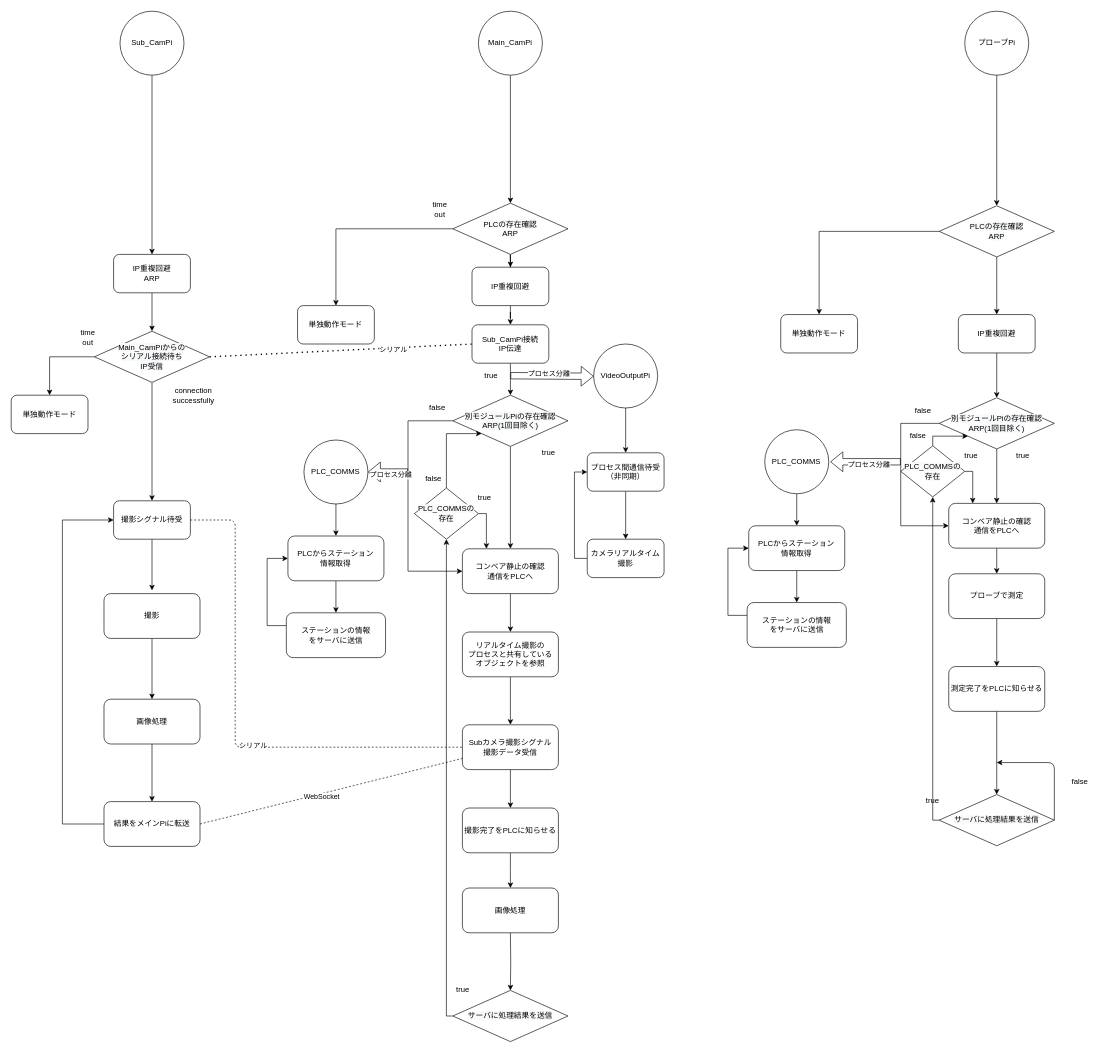
The draw.io diagram 設計/フローチャート.drawio in chekke1999/kaihatukadai, before the edit. Source tidied: cells renumbered, new cells numbered last; positions are measured from the earlier drawing's top-left corner, leaving out a move shared by most shapes. Both pictures are drawn from the tidied source at 64%, with x=0, y=0 at pixel (11, 11).
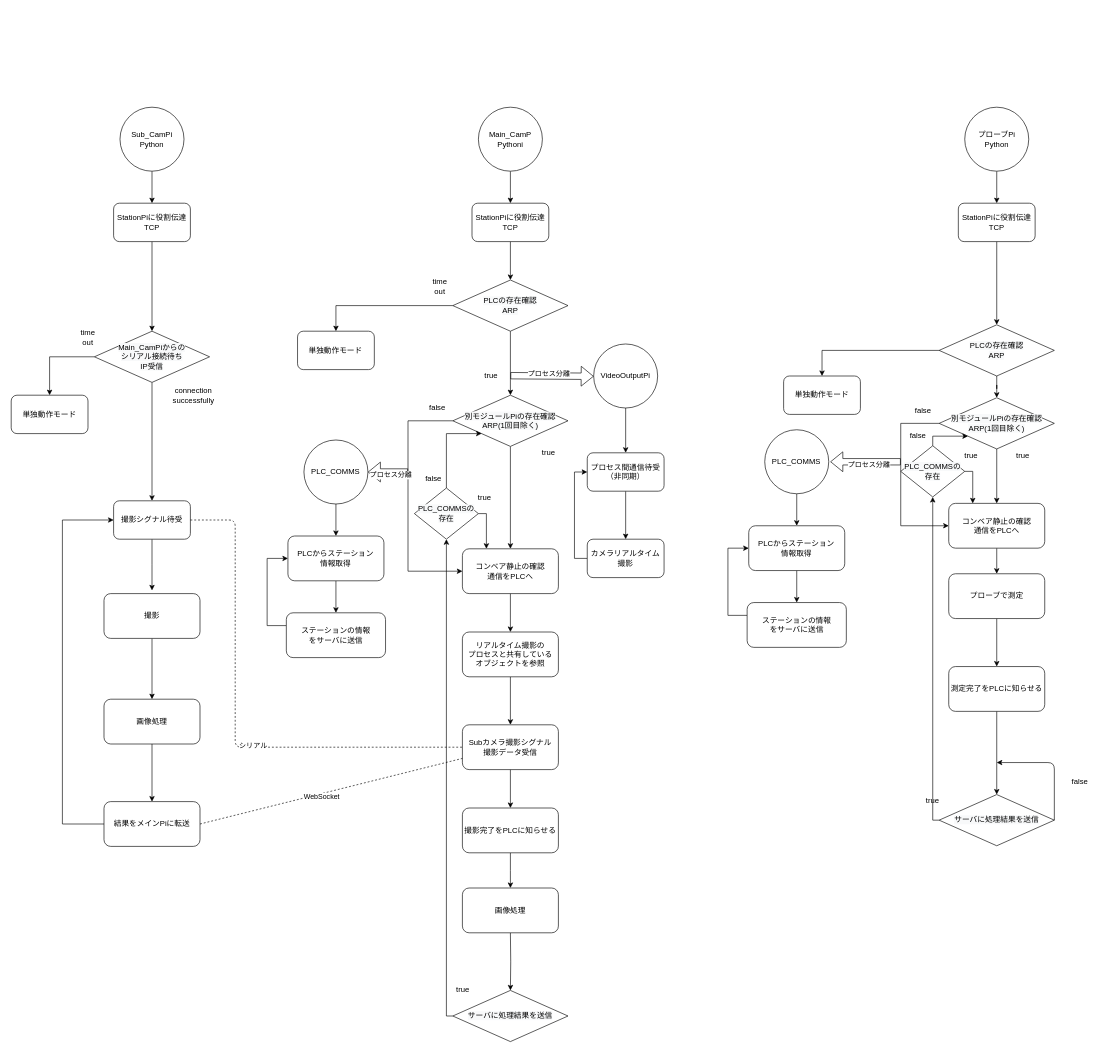
The same diagram, later.

Commit message:
Update フローチャート.drawio

Unchanged cells that the change refers to:
```xml
<mxCell id="6" value="&lt;span style=&quot;color: rgb(0 , 0 , 0) ; font-family: &amp;#34;helvetica&amp;#34; ; font-size: 12px ; font-style: normal ; font-weight: 400 ; letter-spacing: normal ; text-align: center ; text-indent: 0px ; text-transform: none ; word-spacing: 0px ; background-color: rgb(248 , 249 , 250) ; display: inline ; float: none&quot;&gt;別モジュールPiの存在確認&lt;br&gt;ARP(1回目除く)&lt;br&gt;&lt;/span&gt;" style="rhombus;whiteSpace=wrap;html=1;" parent="1" vertex="1">
  <mxGeometry x="690" y="600" width="180" height="80" as="geometry" />
</mxCell>
<mxCell id="24" value="&lt;span style=&quot;color: rgb(0 , 0 , 0) ; font-family: &amp;#34;helvetica&amp;#34; ; font-size: 12px ; font-style: normal ; font-weight: 400 ; letter-spacing: normal ; text-align: center ; text-indent: 0px ; text-transform: none ; word-spacing: 0px ; background-color: rgb(248 , 249 , 250) ; display: inline ; float: none&quot;&gt;別モジュールPiの存在確認&lt;br&gt;ARP(1回目除く)&lt;br&gt;&lt;/span&gt;" style="rhombus;whiteSpace=wrap;html=1;" parent="1" vertex="1">
  <mxGeometry x="1449.9" y="604" width="180" height="80" as="geometry" />
</mxCell>
<mxCell id="68" value="&lt;span style=&quot;color: rgb(0 , 0 , 0) ; font-family: &amp;#34;helvetica&amp;#34; ; font-size: 12px ; font-style: normal ; font-weight: 400 ; letter-spacing: normal ; text-align: center ; text-indent: 0px ; text-transform: none ; word-spacing: 0px ; background-color: rgb(248 , 249 , 250) ; display: inline ; float: none&quot;&gt;&lt;span style=&quot;font-family: &amp;#34;helvetica&amp;#34;&quot;&gt;Main_CamPi&lt;/span&gt;からの&lt;br&gt;シリアル接続待ち&lt;br&gt;IP受信&lt;br&gt;&lt;/span&gt;" style="rhombus;whiteSpace=wrap;html=1;" parent="1" vertex="1">
  <mxGeometry x="130" y="500" width="180" height="80" as="geometry" />
</mxCell>
```

Change to the diagram source:
```diff
@@
-    <mxCell id="2" style="edgeStyle=orthogonalEdgeStyle;rounded=0;jettySize=auto;html=1;entryX=0.5;entryY=0;entryDx=0;entryDy=0;" parent="1" edge="1" source="3" target="62">
-      <mxGeometry relative="1" as="geometry" />
-    </mxCell>
+    <mxCell id="114" style="edgeStyle=orthogonalEdgeStyle;rounded=0;jettySize=auto;html=1;" parent="1" edge="1" source="3" target="122">
+      <mxGeometry relative="1" as="geometry" />
+    </mxCell>
-    <mxCell id="3" value="Main_CamPi" style="ellipse;whiteSpace=wrap;html=1;" parent="1" vertex="1">
-      <mxGeometry x="730" width="100" height="100" as="geometry" />
+    <mxCell id="3" value="Main_CamP&lt;br&gt;Pythoni" style="ellipse;whiteSpace=wrap;html=1;" parent="1" vertex="1">
+      <mxGeometry x="730" y="150" width="100" height="100" as="geometry" />
     </mxCell>
@@
+    <mxCell id="115" style="edgeStyle=orthogonalEdgeStyle;rounded=0;jettySize=auto;html=1;" parent="1" edge="1" source="21" target="124">
+      <mxGeometry relative="1" as="geometry" />
+    </mxCell>
-    <mxCell id="21" value="プローブPi" style="ellipse;whiteSpace=wrap;html=1;" parent="1" vertex="1">
-      <mxGeometry x="1489.9" width="100" height="100" as="geometry" />
+    <mxCell id="21" value="プローブPi&lt;br&gt;Python" style="ellipse;whiteSpace=wrap;html=1;" parent="1" vertex="1">
+      <mxGeometry x="1489.9" y="150" width="100" height="100" as="geometry" />
     </mxCell>
@@
-    <mxCell id="60" style="edgeStyle=orthogonalEdgeStyle;rounded=0;jettySize=auto;html=1;entryX=0.5;entryY=0;entryDx=0;entryDy=0;" parent="1" edge="1" source="62" target="108">
-      <mxGeometry relative="1" as="geometry" />
-    </mxCell>
@@
+    <mxCell id="116" style="edgeStyle=orthogonalEdgeStyle;rounded=0;jettySize=auto;html=1;entryX=0.5;entryY=0;entryDx=0;entryDy=0;" parent="1" edge="1" source="62" target="6">
+      <mxGeometry relative="1" as="geometry" />
+    </mxCell>
     <mxCell id="62" value="&lt;span style=&quot;color: rgb(0 , 0 , 0) ; font-family: &amp;#34;helvetica&amp;#34; ; font-size: 12px ; font-style: normal ; font-weight: 400 ; letter-spacing: normal ; text-align: center ; text-indent: 0px ; text-transform: none ; word-spacing: 0px ; background-color: rgb(248 , 249 , 250) ; display: inline ; float: none&quot;&gt;PLCの存在確認&lt;br&gt;ARP&lt;br&gt;&lt;/span&gt;" style="rhombus;whiteSpace=wrap;html=1;" parent="1" vertex="1">
-      <mxGeometry x="690" y="300" width="180" height="80" as="geometry" />
+      <mxGeometry x="690" y="420" width="180" height="80" as="geometry" />
     </mxCell>
     <mxCell id="63" value="単独動作モード" style="rounded=1;whiteSpace=wrap;html=1;" parent="1" vertex="1">
-      <mxGeometry x="447.4" y="460" width="120" height="60" as="geometry" />
+      <mxGeometry x="447.4" y="500" width="120" height="60" as="geometry" />
     </mxCell>
-    <mxCell id="64" style="edgeStyle=orthogonalEdgeStyle;rounded=0;jettySize=auto;html=1;" parent="1" edge="1" source="65" target="86">
-      <mxGeometry relative="1" as="geometry" />
-    </mxCell>
+    <mxCell id="117" style="edgeStyle=orthogonalEdgeStyle;rounded=0;jettySize=auto;html=1;entryX=0.5;entryY=0;entryDx=0;entryDy=0;" parent="1" edge="1" source="65" target="120">
+      <mxGeometry relative="1" as="geometry" />
+    </mxCell>
-    <mxCell id="65" value="Sub_CamPi" style="ellipse;whiteSpace=wrap;html=1;" parent="1" vertex="1">
-      <mxGeometry x="170" width="100" height="100" as="geometry" />
+    <mxCell id="65" value="Sub_CamPi&lt;br&gt;Python" style="ellipse;whiteSpace=wrap;html=1;" parent="1" vertex="1">
+      <mxGeometry x="170" y="150" width="100" height="100" as="geometry" />
     </mxCell>
@@
-    <mxCell id="83" style="edgeStyle=orthogonalEdgeStyle;rounded=0;jettySize=auto;html=1;entryX=0.5;entryY=0;entryDx=0;entryDy=0;" parent="1" edge="1" source="84" target="6">
-      <mxGeometry relative="1" as="geometry" />
-    </mxCell>
-    <mxCell id="84" value="Sub_CamPi接続&lt;br&gt;IP伝達" style="rounded=1;whiteSpace=wrap;html=1;" parent="1" vertex="1">
-      <mxGeometry x="720" y="490" width="120" height="60" as="geometry" />
-    </mxCell>
-    <mxCell id="85" style="edgeStyle=orthogonalEdgeStyle;rounded=0;jettySize=auto;html=1;" parent="1" edge="1" source="86" target="68">
-      <mxGeometry relative="1" as="geometry" />
-    </mxCell>
-    <mxCell id="86" value="IP重複回避&lt;br&gt;ARP" style="rounded=1;whiteSpace=wrap;html=1;" parent="1" vertex="1">
-      <mxGeometry x="160" y="380" width="120" height="60" as="geometry" />
-    </mxCell>
     <mxCell id="87" value="time out" style="text;html=1;strokeColor=none;fillColor=none;align=center;verticalAlign=middle;whiteSpace=wrap;rounded=0;" parent="1" vertex="1">
-      <mxGeometry x="650" y="300" width="40" height="20" as="geometry" />
+      <mxGeometry x="650" y="420" width="40" height="20" as="geometry" />
     </mxCell>
@@
-    <mxCell id="91" style="endArrow=none;dashed=1;html=1;dashPattern=1 3;strokeWidth=2;exitX=1;exitY=0.5;exitDx=0;exitDy=0;entryX=0;entryY=0.5;entryDx=0;entryDy=0;" parent="1" edge="1" source="68" target="84">
-      <mxGeometry relative="1" as="geometry" />
-    </mxCell>
-    <mxCell id="92" value="シリアル" style="edgeLabel;html=1;align=center;verticalAlign=middle;" parent="91" vertex="1">
-      <mxGeometry x="0.4" y="-2" relative="1" as="geometry" />
-    </mxCell>
@@
     <mxCell id="105" value="単独動作モード" style="rounded=1;whiteSpace=wrap;html=1;" parent="1" vertex="1">
-      <mxGeometry x="1202.4" y="474" width="120" height="60" as="geometry" />
+      <mxGeometry x="1206.9" y="570" width="120" height="60" as="geometry" />
     </mxCell>
-    <mxCell id="106" style="edgeStyle=orthogonalEdgeStyle;rounded=0;jettySize=auto;html=1;exitX=0.5;exitY=1;exitDx=0;exitDy=0;" parent="1" edge="1" source="21" target="111">
-      <mxGeometry relative="1" as="geometry" />
-    </mxCell>
-    <mxCell id="107" style="edgeStyle=orthogonalEdgeStyle;rounded=0;jettySize=auto;html=1;entryX=0.5;entryY=0;entryDx=0;entryDy=0;" parent="1" edge="1" source="108" target="84">
-      <mxGeometry relative="1" as="geometry" />
-    </mxCell>
-    <mxCell id="108" value="IP重複回避" style="rounded=1;whiteSpace=wrap;html=1;" parent="1" vertex="1">
-      <mxGeometry x="720" y="400" width="120" height="60" as="geometry" />
-    </mxCell>
@@
-    <mxCell id="110" style="edgeStyle=orthogonalEdgeStyle;rounded=0;jettySize=auto;html=1;" parent="1" edge="1" source="111" target="113">
-      <mxGeometry relative="1" as="geometry" />
-    </mxCell>
+    <mxCell id="118" style="edgeStyle=orthogonalEdgeStyle;rounded=0;jettySize=auto;html=1;entryX=0.5;entryY=0;entryDx=0;entryDy=0;" parent="1" edge="1" source="111" target="24">
+      <mxGeometry relative="1" as="geometry" />
+    </mxCell>
     <mxCell id="111" value="&lt;span style=&quot;color: rgb(0 , 0 , 0) ; font-family: &amp;#34;helvetica&amp;#34; ; font-size: 12px ; font-style: normal ; font-weight: 400 ; letter-spacing: normal ; text-align: center ; text-indent: 0px ; text-transform: none ; word-spacing: 0px ; background-color: rgb(248 , 249 , 250) ; display: inline ; float: none&quot;&gt;PLCの存在確認&lt;br&gt;ARP&lt;br&gt;&lt;/span&gt;" style="rhombus;whiteSpace=wrap;html=1;" parent="1" vertex="1">
-      <mxGeometry x="1449.9" y="304" width="180" height="80" as="geometry" />
+      <mxGeometry x="1449.9" y="490" width="180" height="80" as="geometry" />
     </mxCell>
-    <mxCell id="112" style="edgeStyle=orthogonalEdgeStyle;rounded=0;jettySize=auto;html=1;" parent="1" edge="1" source="113" target="24">
-      <mxGeometry relative="1" as="geometry" />
-    </mxCell>
-    <mxCell id="113" value="IP重複回避" style="rounded=1;whiteSpace=wrap;html=1;" parent="1" vertex="1">
-      <mxGeometry x="1479.9" y="474" width="120" height="60" as="geometry" />
-    </mxCell>
+    <mxCell id="119" style="edgeStyle=orthogonalEdgeStyle;rounded=0;jettySize=auto;html=1;" parent="1" edge="1" source="120" target="68">
+      <mxGeometry relative="1" as="geometry" />
+    </mxCell>
+    <mxCell id="120" value="StationPiに役割伝達&lt;br&gt;TCP" style="rounded=1;whiteSpace=wrap;html=1;" parent="1" vertex="1">
+      <mxGeometry x="160" y="300" width="120" height="60" as="geometry" />
+    </mxCell>
+    <mxCell id="121" style="edgeStyle=orthogonalEdgeStyle;rounded=0;jettySize=auto;html=1;" parent="1" edge="1" source="122" target="62">
+      <mxGeometry relative="1" as="geometry" />
+    </mxCell>
+    <mxCell id="122" value="StationPiに役割伝達&lt;br&gt;TCP" style="rounded=1;whiteSpace=wrap;html=1;" parent="1" vertex="1">
+      <mxGeometry x="720" y="300" width="120" height="60" as="geometry" />
+    </mxCell>
+    <mxCell id="123" style="edgeStyle=orthogonalEdgeStyle;rounded=0;jettySize=auto;html=1;entryX=0.5;entryY=0;entryDx=0;entryDy=0;" parent="1" edge="1" source="124" target="111">
+      <mxGeometry relative="1" as="geometry" />
+    </mxCell>
+    <mxCell id="124" value="StationPiに役割伝達&lt;br&gt;TCP" style="rounded=1;whiteSpace=wrap;html=1;" parent="1" vertex="1">
+      <mxGeometry x="1479.9" y="300" width="120" height="60" as="geometry" />
+    </mxCell>
```
